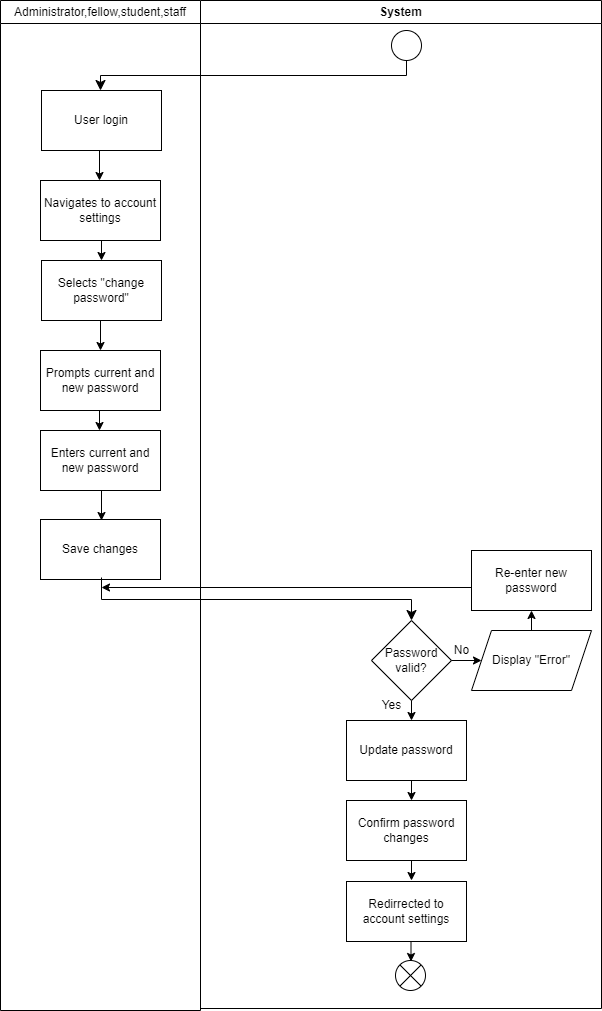
Earlier version of the draw.io export project/drawio/stakeholder/activity diagram/uc02.png (drshahizan/software-engineering). Source tidied: cells renumbered, new cells last; positions are measured from the earlier drawing's top-left corner, leaving out a move shared by most shapes.
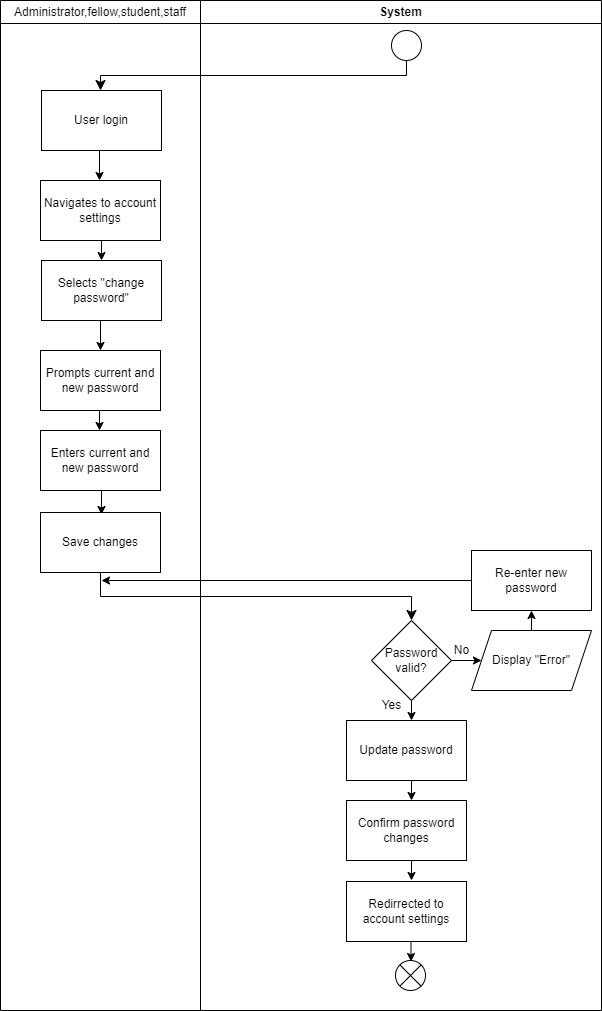
Above is the later version.

The edit, as a diff of the source:
```diff
@@ -53,15 +53,14 @@
     <mxCell id="13" style="endArrow=classic;html=1;" parent="1" edge="1">
       <mxGeometry relative="1" as="geometry">
         <mxPoint x="101" y="490" as="sourcePoint" />
-        <mxPoint x="101" y="520" as="targetPoint" />
+        <mxPoint x="101" y="514" as="targetPoint" />
       </mxGeometry>
     </mxCell>
     <mxCell id="14" value="Save changes" style="rounded=0;whiteSpace=wrap;html=1;" parent="1" vertex="1">
-      <mxGeometry x="40" y="519" width="120" height="60" as="geometry" />
+      <mxGeometry x="40" y="512" width="120" height="60" as="geometry" />
     </mxCell>
-    <mxCell id="15" style="edgeStyle=elbowEdgeStyle;elbow=vertical;endArrow=classic;html=1;curved=0;rounded=0;endSize=8;startSize=8;" parent="1" edge="1">
+    <mxCell id="15" style="edgeStyle=elbowEdgeStyle;elbow=vertical;endArrow=classic;html=1;curved=0;rounded=0;endSize=8;startSize=8;exitX=0.5;exitY=1;exitDx=0;exitDy=0;" parent="1" edge="1" source="14">
       <mxGeometry relative="1" as="geometry">
-        <mxPoint x="101" y="577" as="sourcePoint" />
         <mxPoint x="411" y="620" as="targetPoint" />
       </mxGeometry>
     </mxCell>
@@ -112,15 +111,15 @@
     </mxCell>
     <mxCell id="27" style="endArrow=classic;html=1;" parent="1" edge="1">
       <mxGeometry relative="1" as="geometry">
-        <mxPoint x="471" y="587" as="sourcePoint" />
-        <mxPoint x="101" y="587" as="targetPoint" />
+        <mxPoint x="471" y="580" as="sourcePoint" />
+        <mxPoint x="101" y="580" as="targetPoint" />
       </mxGeometry>
     </mxCell>
     <mxCell id="28" value="&lt;span id=&quot;docs-internal-guid-79da508f-7fff-e53d-2037-f34d8596897d&quot; style=&quot;font-weight:normal;&quot;&gt;&lt;p style=&quot;line-height:1.7999999999999998;text-align: justify;margin-top:0pt;margin-bottom:0pt;&quot; dir=&quot;ltr&quot;&gt;Administrator,fellow,student,staff&lt;/p&gt;&lt;/span&gt;" style="swimlane;whiteSpace=wrap;html=1;" parent="1" vertex="1">
       <mxGeometry width="200" height="1010" as="geometry" />
     </mxCell>
     <mxCell id="29" value="System" style="swimlane;whiteSpace=wrap;html=1;startSize=23;" parent="1" vertex="1">
-      <mxGeometry x="200" width="401" height="1008" as="geometry" />
+      <mxGeometry x="200" width="401" height="1010" as="geometry" />
     </mxCell>
     <mxCell id="30" value="Redirrected to account settings" style="rounded=0;whiteSpace=wrap;html=1;" parent="29" vertex="1">
       <mxGeometry x="146" y="881" width="120" height="60" as="geometry" />
```
